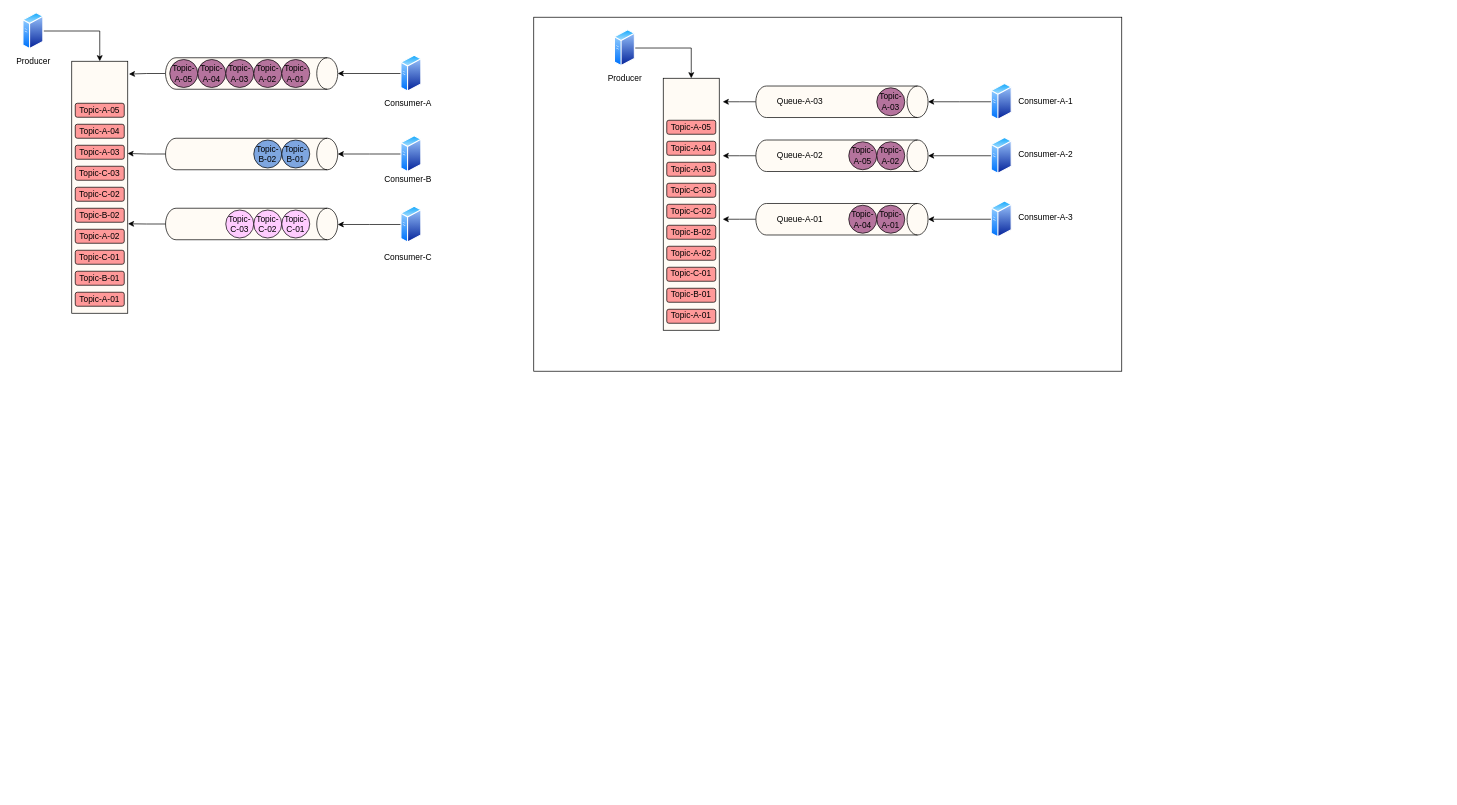
Dannyidea/diagram keeps this draw.io diagram as RocketMQ设计.drawio. Above is the earlier version. Source tidied: cells renumbered, new cells numbered last; positions are measured from the earlier drawing's top-left corner, leaving out a move shared by most shapes. Both pictures are drawn from the tidied source at 70%, with x=0, y=0 at pixel (12, 12).
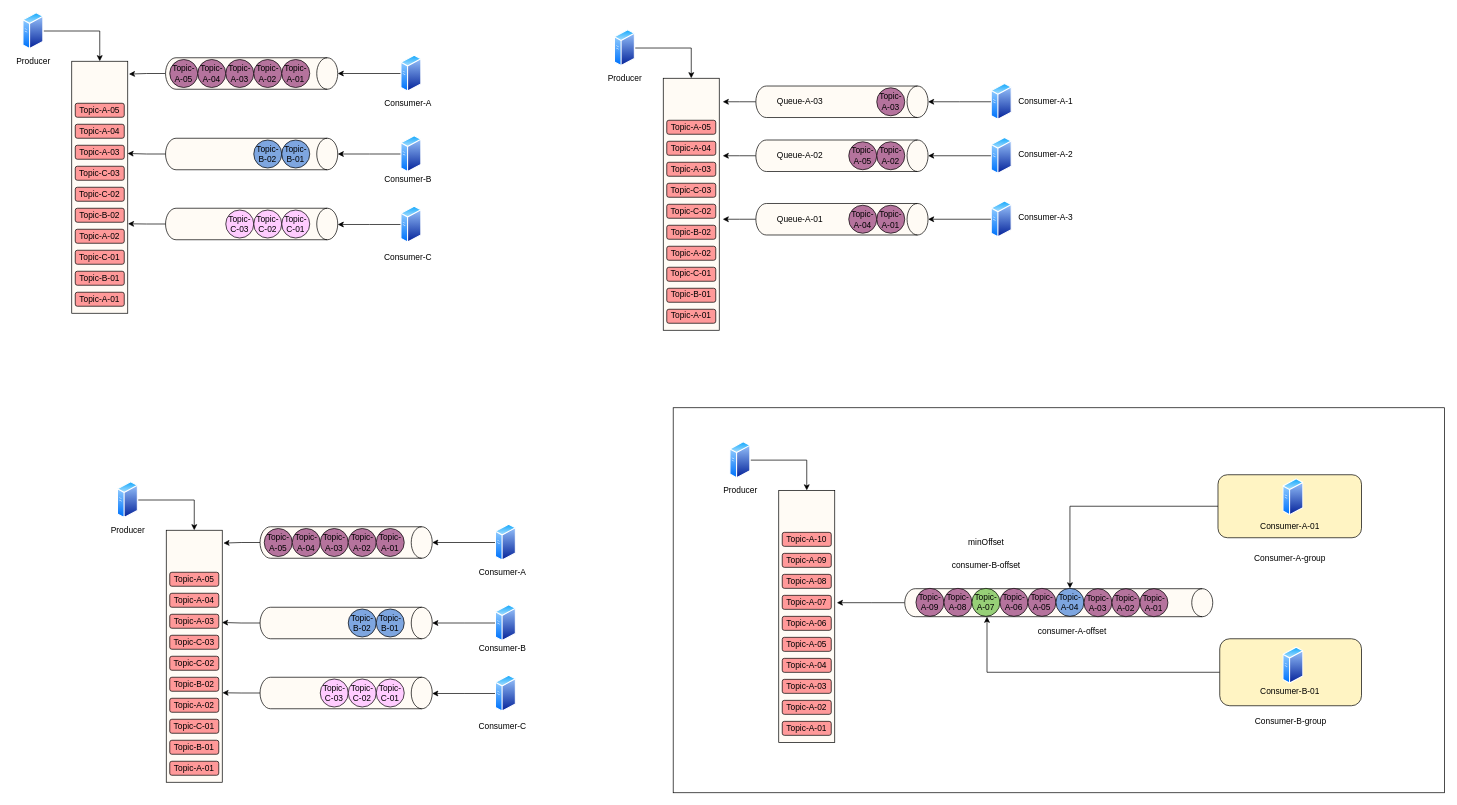
The same page after the edit.

What changed in the source:
```diff
@@
     <mxCell id="2" style="rounded=0;whiteSpace=wrap;html=1;fillColor=#FFFFFF;" parent="1" vertex="1">
-      <mxGeometry x="745" y="7.1" width="840" height="505.7" as="geometry" />
+      <mxGeometry x="944.2" y="565" width="1101.7" height="550" as="geometry" />
     </mxCell>
+    <mxCell id="79" style="edgeStyle=orthogonalEdgeStyle;rounded=0;jettySize=auto;html=1;entryX=1;entryY=0;entryDx=0;entryDy=322.5;entryPerimeter=0;" parent="1" edge="1" source="80" target="123">
+      <mxGeometry relative="1" as="geometry" />
+    </mxCell>
+    <mxCell id="80" style="rounded=1;whiteSpace=wrap;html=1;fillColor=#FFF4C3;" parent="1" vertex="1">
+      <mxGeometry x="1725" y="895" width="202.5" height="95.7" as="geometry" />
+    </mxCell>
+    <mxCell id="81" style="edgeStyle=orthogonalEdgeStyle;rounded=0;jettySize=auto;html=1;" parent="1" edge="1" source="82" target="143">
+      <mxGeometry relative="1" as="geometry" />
+    </mxCell>
+    <mxCell id="82" style="rounded=1;whiteSpace=wrap;html=1;fillColor=#FFF4C3;" parent="1" vertex="1">
+      <mxGeometry x="1722.5" y="660.7" width="205" height="90" as="geometry" />
+    </mxCell>
@@
+    <mxCell id="83" style="edgeStyle=orthogonalEdgeStyle;rounded=0;jettySize=auto;html=1;" parent="1" edge="1" source="84" target="85">
+      <mxGeometry relative="1" as="geometry" />
+    </mxCell>
+    <mxCell id="84" style="perimeter=ellipsePerimeter;html=1;align=center;shadow=0;dashed=0;spacingTop=3;image;image=img/lib/active_directory/generic_server.svg;" parent="1" vertex="1">
+      <mxGeometry x="150" y="670" width="30" height="53.6" as="geometry" />
+    </mxCell>
+    <mxCell id="85" style="rounded=0;whiteSpace=wrap;html=1;fillColor=#FFFBF5;" parent="1" vertex="1">
+      <mxGeometry x="220" y="740" width="80" height="360" as="geometry" />
+    </mxCell>
+    <mxCell id="86" value="Topic-A-01" style="rounded=1;whiteSpace=wrap;html=1;fillColor=#FF9999;" parent="1" vertex="1">
+      <mxGeometry x="225" y="1070" width="70" height="20" as="geometry" />
+    </mxCell>
+    <mxCell id="87" value="Topic-B-01" style="rounded=1;whiteSpace=wrap;html=1;fillColor=#FF9999;" parent="1" vertex="1">
+      <mxGeometry x="225" y="1040" width="70" height="20" as="geometry" />
+    </mxCell>
+    <mxCell id="88" value="Topic-C-01" style="rounded=1;whiteSpace=wrap;html=1;fillColor=#FF9999;" parent="1" vertex="1">
+      <mxGeometry x="225" y="1010" width="70" height="20" as="geometry" />
+    </mxCell>
+    <mxCell id="89" value="Topic-A-02" style="rounded=1;whiteSpace=wrap;html=1;fillColor=#FF9999;" parent="1" vertex="1">
+      <mxGeometry x="225" y="980" width="70" height="20" as="geometry" />
+    </mxCell>
+    <mxCell id="90" value="Topic-B-02" style="rounded=1;whiteSpace=wrap;html=1;fillColor=#FF9999;" parent="1" vertex="1">
+      <mxGeometry x="225" y="950" width="70" height="20" as="geometry" />
+    </mxCell>
+    <mxCell id="91" value="Topic-C-02" style="rounded=1;whiteSpace=wrap;html=1;fillColor=#FF9999;" parent="1" vertex="1">
+      <mxGeometry x="225" y="920" width="70" height="20" as="geometry" />
+    </mxCell>
+    <mxCell id="92" value="Topic-C-03" style="rounded=1;whiteSpace=wrap;html=1;fillColor=#FF9999;" parent="1" vertex="1">
+      <mxGeometry x="225" y="890" width="70" height="20" as="geometry" />
+    </mxCell>
+    <mxCell id="93" value="Topic-A-03" style="rounded=1;whiteSpace=wrap;html=1;fillColor=#FF9999;" parent="1" vertex="1">
+      <mxGeometry x="225" y="860" width="70" height="20" as="geometry" />
+    </mxCell>
+    <mxCell id="94" value="Topic-A-04" style="rounded=1;whiteSpace=wrap;html=1;fillColor=#FF9999;" parent="1" vertex="1">
+      <mxGeometry x="225" y="830" width="70" height="20" as="geometry" />
+    </mxCell>
+    <mxCell id="95" value="Topic-A-05" style="rounded=1;whiteSpace=wrap;html=1;fillColor=#FF9999;" parent="1" vertex="1">
+      <mxGeometry x="225" y="800" width="70" height="20" as="geometry" />
+    </mxCell>
+    <mxCell id="96" style="edgeStyle=orthogonalEdgeStyle;rounded=0;jettySize=auto;html=1;" parent="1" edge="1" source="97" target="99">
+      <mxGeometry relative="1" as="geometry" />
+    </mxCell>
+    <mxCell id="97" style="perimeter=ellipsePerimeter;html=1;align=center;shadow=0;dashed=0;spacingTop=3;image;image=img/lib/active_directory/generic_server.svg;" parent="1" vertex="1">
+      <mxGeometry x="690" y="730.7" width="30" height="53.6" as="geometry" />
+    </mxCell>
+    <mxCell id="98" style="edgeStyle=orthogonalEdgeStyle;rounded=0;jettySize=auto;html=1;entryX=1.021;entryY=0.051;entryDx=0;entryDy=0;entryPerimeter=0;" parent="1" edge="1" source="99" target="85">
+      <mxGeometry relative="1" as="geometry" />
+    </mxCell>
+    <mxCell id="99" style="shape=cylinder3;whiteSpace=wrap;html=1;boundedLbl=1;backgroundOutline=1;size=15;fillColor=#FFFBF5;direction=south;" parent="1" vertex="1">
+      <mxGeometry x="354" y="735" width="246" height="45" as="geometry" />
+    </mxCell>
+    <mxCell id="100" value="Topic-A-05" style="ellipse;whiteSpace=wrap;html=1;fillColor=#B5739D;" parent="1" vertex="1">
+      <mxGeometry x="360" y="737.5" width="40" height="40" as="geometry" />
+    </mxCell>
+    <mxCell id="101" value="Topic-A-04" style="ellipse;whiteSpace=wrap;html=1;fillColor=#B5739D;" parent="1" vertex="1">
+      <mxGeometry x="400" y="737.5" width="40" height="40" as="geometry" />
+    </mxCell>
+    <mxCell id="102" value="Topic-A-03" style="ellipse;whiteSpace=wrap;html=1;fillColor=#B5739D;" parent="1" vertex="1">
+      <mxGeometry x="440" y="737.5" width="40" height="40" as="geometry" />
+    </mxCell>
+    <mxCell id="103" value="Topic-A-02" style="ellipse;whiteSpace=wrap;html=1;fillColor=#B5739D;" parent="1" vertex="1">
+      <mxGeometry x="480" y="737.5" width="40" height="40" as="geometry" />
+    </mxCell>
+    <mxCell id="104" value="Topic-A-01" style="ellipse;whiteSpace=wrap;html=1;fillColor=#B5739D;" parent="1" vertex="1">
+      <mxGeometry x="520" y="737.5" width="40" height="40" as="geometry" />
+    </mxCell>
+    <mxCell id="105" style="edgeStyle=orthogonalEdgeStyle;rounded=0;jettySize=auto;html=1;entryX=0.996;entryY=0.366;entryDx=0;entryDy=0;entryPerimeter=0;" parent="1" edge="1" source="106" target="85">
+      <mxGeometry relative="1" as="geometry" />
+    </mxCell>
+    <mxCell id="106" style="shape=cylinder3;whiteSpace=wrap;html=1;boundedLbl=1;backgroundOutline=1;size=15;fillColor=#FFFBF5;direction=south;" parent="1" vertex="1">
+      <mxGeometry x="354" y="850" width="246" height="45" as="geometry" />
+    </mxCell>
+    <mxCell id="107" value="Topic-B-02" style="ellipse;whiteSpace=wrap;html=1;fillColor=#7EA6E0;" parent="1" vertex="1">
+      <mxGeometry x="480" y="852.5" width="40" height="40" as="geometry" />
+    </mxCell>
+    <mxCell id="108" value="Topic-B-01" style="ellipse;whiteSpace=wrap;html=1;fillColor=#7EA6E0;" parent="1" vertex="1">
+      <mxGeometry x="520" y="852.5" width="40" height="40" as="geometry" />
+    </mxCell>
+    <mxCell id="109" style="edgeStyle=orthogonalEdgeStyle;rounded=0;jettySize=auto;html=1;entryX=1.004;entryY=0.645;entryDx=0;entryDy=0;entryPerimeter=0;" parent="1" edge="1" source="110" target="85">
+      <mxGeometry relative="1" as="geometry" />
+    </mxCell>
+    <mxCell id="110" style="shape=cylinder3;whiteSpace=wrap;html=1;boundedLbl=1;backgroundOutline=1;size=15;fillColor=#FFFBF5;direction=south;" parent="1" vertex="1">
+      <mxGeometry x="354" y="950" width="246" height="45" as="geometry" />
+    </mxCell>
+    <mxCell id="111" value="Topic-C-03" style="ellipse;whiteSpace=wrap;html=1;fillColor=#FFCCFF;" parent="1" vertex="1">
+      <mxGeometry x="440" y="952.5" width="40" height="40" as="geometry" />
+    </mxCell>
+    <mxCell id="112" value="Topic-C-02" style="ellipse;whiteSpace=wrap;html=1;fillColor=#FFCCFF;" parent="1" vertex="1">
+      <mxGeometry x="480" y="952.5" width="40" height="40" as="geometry" />
+    </mxCell>
+    <mxCell id="113" value="Topic-C-01" style="ellipse;whiteSpace=wrap;html=1;fillColor=#FFCCFF;" parent="1" vertex="1">
+      <mxGeometry x="520" y="952.5" width="40" height="40" as="geometry" />
+    </mxCell>
+    <mxCell id="114" style="edgeStyle=orthogonalEdgeStyle;rounded=0;jettySize=auto;html=1;" parent="1" edge="1" source="115">
+      <mxGeometry relative="1" as="geometry">
+        <mxPoint x="600" y="872.5" as="targetPoint" />
+      </mxGeometry>
+    </mxCell>
+    <mxCell id="115" style="perimeter=ellipsePerimeter;html=1;align=center;shadow=0;dashed=0;spacingTop=3;image;image=img/lib/active_directory/generic_server.svg;" parent="1" vertex="1">
+      <mxGeometry x="690" y="845.7" width="30" height="53.6" as="geometry" />
+    </mxCell>
+    <mxCell id="116" style="edgeStyle=orthogonalEdgeStyle;rounded=0;jettySize=auto;html=1;" parent="1" edge="1" source="117">
+      <mxGeometry relative="1" as="geometry">
+        <mxPoint x="600" y="973.2" as="targetPoint" />
+      </mxGeometry>
+    </mxCell>
+    <mxCell id="117" style="perimeter=ellipsePerimeter;html=1;align=center;shadow=0;dashed=0;spacingTop=3;image;image=img/lib/active_directory/generic_server.svg;" parent="1" vertex="1">
+      <mxGeometry x="690" y="946.4" width="30" height="53.6" as="geometry" />
+    </mxCell>
+    <mxCell id="118" value="Consumer-A" style="text;html=1;align=center;verticalAlign=middle;strokeColor=none;fillColor=none;" parent="1" vertex="1">
+      <mxGeometry x="660" y="790" width="80" height="20" as="geometry" />
+    </mxCell>
+    <mxCell id="119" value="Consumer-B" style="text;html=1;align=center;verticalAlign=middle;strokeColor=none;fillColor=none;" parent="1" vertex="1">
+      <mxGeometry x="660" y="899.3" width="80" height="20" as="geometry" />
+    </mxCell>
+    <mxCell id="120" value="Consumer-C" style="text;html=1;align=center;verticalAlign=middle;strokeColor=none;fillColor=none;" parent="1" vertex="1">
+      <mxGeometry x="660" y="1010" width="80" height="20" as="geometry" />
+    </mxCell>
+    <mxCell id="121" value="Producer" style="text;html=1;align=center;verticalAlign=middle;strokeColor=none;fillColor=none;" parent="1" vertex="1">
+      <mxGeometry x="135" y="730.7" width="60" height="20" as="geometry" />
+    </mxCell>
+    <mxCell id="122" style="edgeStyle=orthogonalEdgeStyle;rounded=0;jettySize=auto;html=1;exitX=0.5;exitY=1;exitDx=0;exitDy=0;exitPerimeter=0;" parent="1" edge="1" source="123">
+      <mxGeometry relative="1" as="geometry">
+        <mxPoint x="1178" y="843.5" as="targetPoint" />
+      </mxGeometry>
+    </mxCell>
+    <mxCell id="123" style="shape=cylinder3;whiteSpace=wrap;html=1;boundedLbl=1;backgroundOutline=1;size=15;fillColor=#FFFBF5;direction=south;" parent="1" vertex="1">
+      <mxGeometry x="1275" y="823.5" width="440" height="40" as="geometry" />
+    </mxCell>
+    <mxCell id="124" value="Topic-A-09" style="ellipse;whiteSpace=wrap;html=1;fillColor=#B5739D;" parent="1" vertex="1">
+      <mxGeometry x="1291" y="823" width="40" height="40" as="geometry" />
+    </mxCell>
+    <mxCell id="125" value="Topic-A-08" style="ellipse;whiteSpace=wrap;html=1;fillColor=#B5739D;" parent="1" vertex="1">
+      <mxGeometry x="1331" y="823" width="40" height="40" as="geometry" />
+    </mxCell>
+    <mxCell id="126" value="Topic-A-07" style="ellipse;whiteSpace=wrap;html=1;fillColor=#97D077;" parent="1" vertex="1">
+      <mxGeometry x="1371" y="823" width="40" height="40" as="geometry" />
+    </mxCell>
+    <mxCell id="127" value="Topic-A-06" style="ellipse;whiteSpace=wrap;html=1;fillColor=#B5739D;" parent="1" vertex="1">
+      <mxGeometry x="1411" y="823" width="40" height="40" as="geometry" />
+    </mxCell>
+    <mxCell id="128" value="Topic-A-05" style="ellipse;whiteSpace=wrap;html=1;fillColor=#B5739D;" parent="1" vertex="1">
+      <mxGeometry x="1451" y="823" width="40" height="40" as="geometry" />
+    </mxCell>
+    <mxCell id="129" style="edgeStyle=orthogonalEdgeStyle;rounded=0;jettySize=auto;html=1;" parent="1" edge="1" source="130" target="131">
+      <mxGeometry relative="1" as="geometry" />
+    </mxCell>
+    <mxCell id="130" style="perimeter=ellipsePerimeter;html=1;align=center;shadow=0;dashed=0;spacingTop=3;image;image=img/lib/active_directory/generic_server.svg;" parent="1" vertex="1">
+      <mxGeometry x="1025" y="613" width="30" height="53.6" as="geometry" />
+    </mxCell>
+    <mxCell id="131" style="rounded=0;whiteSpace=wrap;html=1;fillColor=#FFFBF5;" parent="1" vertex="1">
+      <mxGeometry x="1095" y="683" width="80" height="360" as="geometry" />
+    </mxCell>
+    <mxCell id="132" value="Topic-A-01" style="rounded=1;whiteSpace=wrap;html=1;fillColor=#FF9999;" parent="1" vertex="1">
+      <mxGeometry x="1100" y="1013" width="70" height="20" as="geometry" />
+    </mxCell>
+    <mxCell id="133" value="Topic-A-02" style="rounded=1;whiteSpace=wrap;html=1;fillColor=#FF9999;" parent="1" vertex="1">
+      <mxGeometry x="1100" y="983" width="70" height="20" as="geometry" />
+    </mxCell>
+    <mxCell id="134" value="Topic-A-03" style="rounded=1;whiteSpace=wrap;html=1;fillColor=#FF9999;" parent="1" vertex="1">
+      <mxGeometry x="1100" y="953" width="70" height="20" as="geometry" />
+    </mxCell>
+    <mxCell id="135" value="Topic-A-04" style="rounded=1;whiteSpace=wrap;html=1;fillColor=#FF9999;" parent="1" vertex="1">
+      <mxGeometry x="1100" y="923" width="70" height="20" as="geometry" />
+    </mxCell>
+    <mxCell id="136" value="Topic-A-05" style="rounded=1;whiteSpace=wrap;html=1;fillColor=#FF9999;" parent="1" vertex="1">
+      <mxGeometry x="1100" y="893" width="70" height="20" as="geometry" />
+    </mxCell>
+    <mxCell id="137" value="Topic-A-06" style="rounded=1;whiteSpace=wrap;html=1;fillColor=#FF9999;" parent="1" vertex="1">
+      <mxGeometry x="1100" y="863" width="70" height="20" as="geometry" />
+    </mxCell>
+    <mxCell id="138" value="Topic-A-07" style="rounded=1;whiteSpace=wrap;html=1;fillColor=#FF9999;" parent="1" vertex="1">
+      <mxGeometry x="1100" y="833" width="70" height="20" as="geometry" />
+    </mxCell>
+    <mxCell id="139" value="Topic-A-08" style="rounded=1;whiteSpace=wrap;html=1;fillColor=#FF9999;" parent="1" vertex="1">
+      <mxGeometry x="1100" y="803" width="70" height="20" as="geometry" />
+    </mxCell>
+    <mxCell id="140" value="Topic-A-09" style="rounded=1;whiteSpace=wrap;html=1;fillColor=#FF9999;" parent="1" vertex="1">
+      <mxGeometry x="1100" y="773" width="70" height="20" as="geometry" />
+    </mxCell>
+    <mxCell id="141" value="Topic-A-10" style="rounded=1;whiteSpace=wrap;html=1;fillColor=#FF9999;" parent="1" vertex="1">
+      <mxGeometry x="1100" y="743" width="70" height="20" as="geometry" />
+    </mxCell>
+    <mxCell id="142" value="Producer" style="text;html=1;align=center;verticalAlign=middle;strokeColor=none;fillColor=none;" parent="1" vertex="1">
+      <mxGeometry x="1010" y="673.7" width="60" height="20" as="geometry" />
+    </mxCell>
+    <mxCell id="143" value="Topic-A-04" style="ellipse;whiteSpace=wrap;html=1;fillColor=#7EA6E0;" parent="1" vertex="1">
+      <mxGeometry x="1491" y="823" width="40" height="40" as="geometry" />
+    </mxCell>
+    <mxCell id="144" value="Topic-A-03" style="ellipse;whiteSpace=wrap;html=1;fillColor=#B5739D;" parent="1" vertex="1">
+      <mxGeometry x="1531" y="823.5" width="40" height="40" as="geometry" />
+    </mxCell>
+    <mxCell id="145" value="Topic-A-02" style="ellipse;whiteSpace=wrap;html=1;fillColor=#B5739D;" parent="1" vertex="1">
+      <mxGeometry x="1571" y="823.5" width="40" height="40" as="geometry" />
+    </mxCell>
+    <mxCell id="146" value="Topic-A-01" style="ellipse;whiteSpace=wrap;html=1;fillColor=#B5739D;" parent="1" vertex="1">
+      <mxGeometry x="1611" y="823.5" width="40" height="40" as="geometry" />
+    </mxCell>
+    <mxCell id="147" style="perimeter=ellipsePerimeter;html=1;align=center;shadow=0;dashed=0;spacingTop=3;image;image=img/lib/active_directory/generic_server.svg;" parent="1" vertex="1">
+      <mxGeometry x="1815" y="665.9" width="30" height="53.6" as="geometry" />
+    </mxCell>
+    <mxCell id="148" style="perimeter=ellipsePerimeter;html=1;align=center;shadow=0;dashed=0;spacingTop=3;image;image=img/lib/active_directory/generic_server.svg;" parent="1" vertex="1">
+      <mxGeometry x="1815" y="906.4" width="30" height="53.6" as="geometry" />
+    </mxCell>
+    <mxCell id="149" value="Consumer-A-01" style="text;html=1;align=center;verticalAlign=middle;strokeColor=none;fillColor=none;" parent="1" vertex="1">
+      <mxGeometry x="1775" y="725.1" width="100" height="20" as="geometry" />
+    </mxCell>
+    <mxCell id="150" value="Consumer-B-01" style="text;html=1;align=center;verticalAlign=middle;strokeColor=none;fillColor=none;" parent="1" vertex="1">
+      <mxGeometry x="1775" y="960" width="100" height="20" as="geometry" />
+    </mxCell>
+    <mxCell id="151" value="Consumer-A-group" style="text;html=1;align=center;verticalAlign=middle;strokeColor=none;fillColor=none;" parent="1" vertex="1">
+      <mxGeometry x="1765" y="770" width="120" height="20" as="geometry" />
+    </mxCell>
+    <mxCell id="152" value="consumer-A-offset" style="text;html=1;align=center;verticalAlign=middle;strokeColor=none;fillColor=none;" parent="1" vertex="1">
+      <mxGeometry x="1459" y="875" width="110" height="20" as="geometry" />
+    </mxCell>
+    <mxCell id="153" value="consumer-B-offset" style="text;html=1;align=center;verticalAlign=middle;strokeColor=none;fillColor=none;" parent="1" vertex="1">
+      <mxGeometry x="1336" y="780" width="110" height="20" as="geometry" />
+    </mxCell>
+    <mxCell id="154" value="Consumer-B-group" style="text;html=1;align=center;verticalAlign=middle;strokeColor=none;fillColor=none;" parent="1" vertex="1">
+      <mxGeometry x="1766.2" y="1003" width="120" height="20" as="geometry" />
+    </mxCell>
+    <mxCell id="155" value="minOffset" style="text;html=1;align=center;verticalAlign=middle;strokeColor=none;fillColor=none;" parent="1" vertex="1">
+      <mxGeometry x="1356" y="747.5" width="70" height="20" as="geometry" />
+    </mxCell>
```
